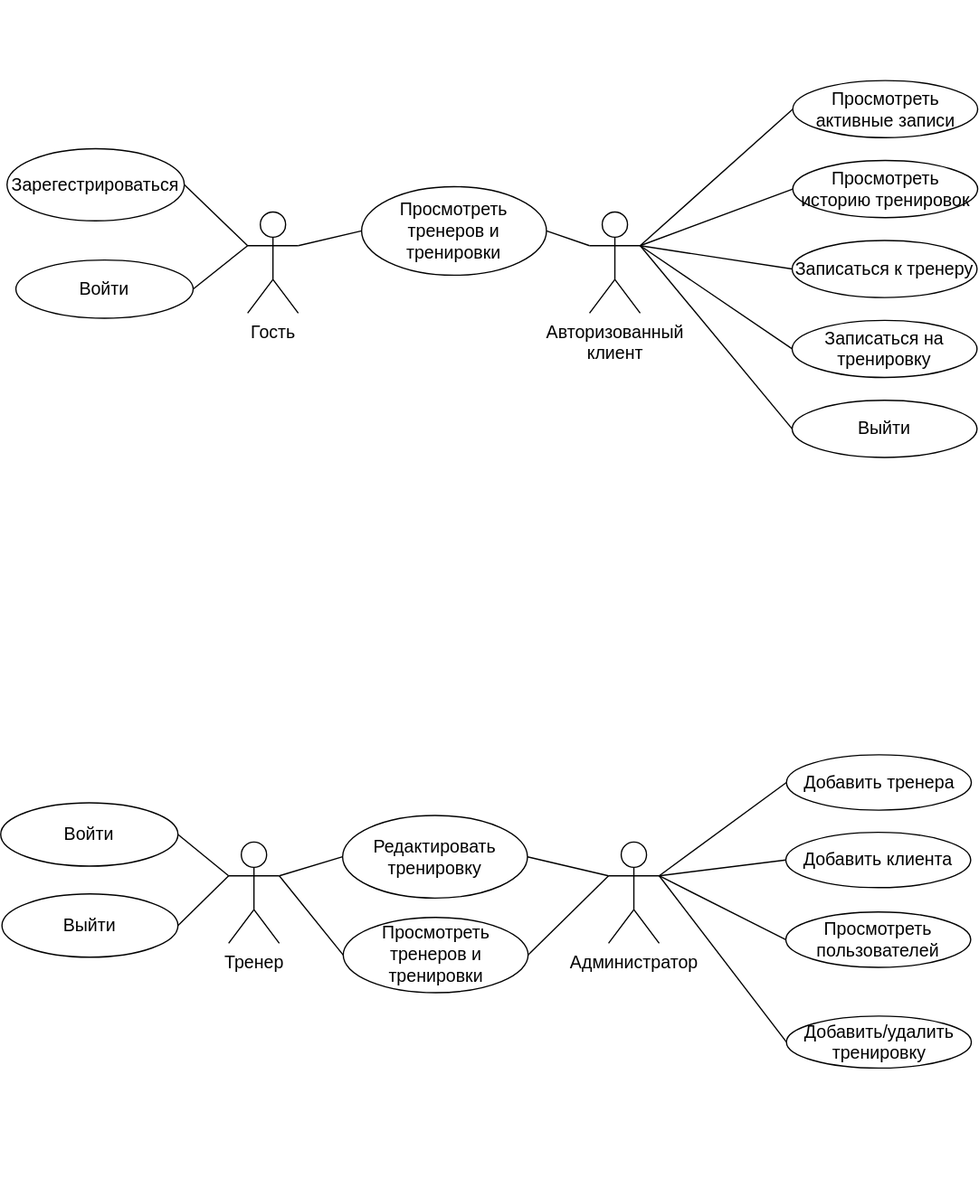
DestroyFolly/SoftwareEngineering keeps this draw.io diagram as schemes/use-case.svg. Above is the earlier version. Source tidied: cells renumbered, new cells last; positions are measured from the earlier drawing's top-left corner, leaving out a move shared by most shapes.
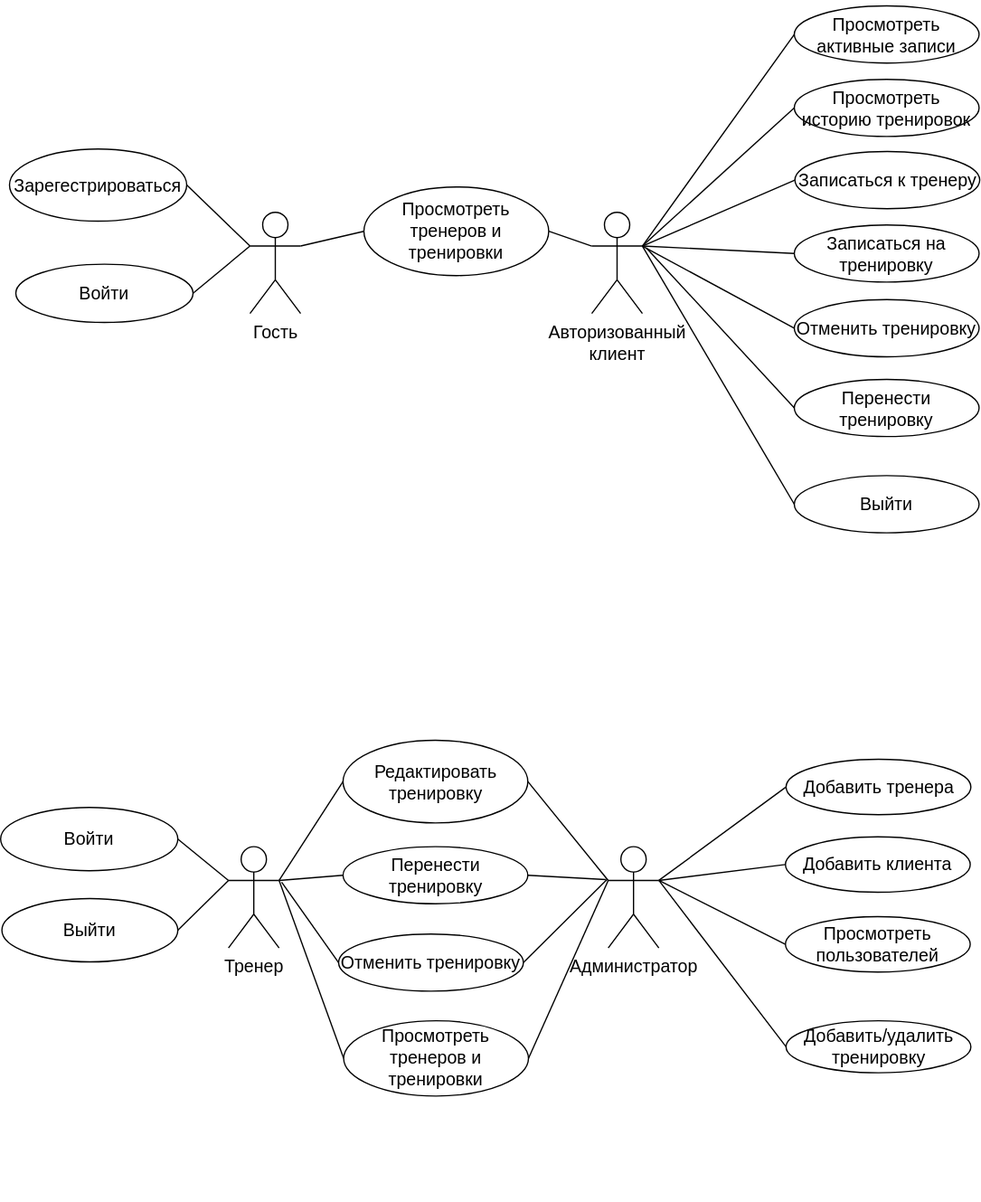
The same diagram one commit later.

Commit message:
cancellation was added

The edit, as a diff of the source:
```diff
@@ -63,16 +63,25 @@
       <mxGeometry relative="1" as="geometry" />
     </mxCell>
     <mxCell id="22" style="group;" parent="2" vertex="1">
-      <mxGeometry x="270" y="111" width="146.5" height="229" as="geometry" />
+      <mxGeometry x="270.5" y="89" width="146.5" height="229" as="geometry" />
     </mxCell>
+    <mxCell id="24" value="Просмотреть тренеров и тренировки" style="ellipse;whiteSpace=wrap;html=1;fontSize=14;" parent="22" vertex="1">
+      <mxGeometry x="0.5" y="198.5" width="146" height="59.5" as="geometry" />
+    </mxCell>
+    <mxCell id="46" value="Перенести тренировку" style="ellipse;whiteSpace=wrap;html=1;flipV=0;flipH=0;fontSize=14;" parent="22" vertex="1">
+      <mxGeometry y="61" width="146" height="45.1" as="geometry" />
+    </mxCell>
+    <mxCell id="47" value="Отменить тренировку" style="ellipse;whiteSpace=wrap;html=1;flipV=0;flipH=0;fontSize=14;" parent="22" vertex="1">
+      <mxGeometry x="-3.5" y="130" width="146" height="45.1" as="geometry" />
+    </mxCell>
-    <mxCell id="23" value="Редактировать&lt;br style=&quot;font-size: 14px;&quot;&gt;тренировку" style="ellipse;whiteSpace=wrap;html=1;fontSize=14;" parent="22" vertex="1">
-      <mxGeometry y="18" width="146" height="65.3" as="geometry" />
+    <mxCell id="23" value="Редактировать&lt;br style=&quot;font-size: 14px;&quot;&gt;тренировку" style="ellipse;whiteSpace=wrap;html=1;fontSize=14;" parent="2" vertex="1">
+      <mxGeometry x="270.5" y="66" width="146" height="65.3" as="geometry" />
     </mxCell>
-    <mxCell id="24" value="Просмотреть тренеров и тренировки" style="ellipse;whiteSpace=wrap;html=1;fontSize=14;" parent="22" vertex="1">
-      <mxGeometry x="0.5" y="98.5" width="146" height="59.5" as="geometry" />
-    </mxCell>
+    <mxCell id="48" style="endArrow=none;html=1;rounded=0;fontSize=12;startSize=8;endSize=8;curved=1;exitX=1;exitY=0.3333333333333333;exitDx=0;exitDy=0;exitPerimeter=0;entryX=0;entryY=0.5;entryDx=0;entryDy=0;" parent="2" edge="1" source="4" target="46">
+      <mxGeometry relative="1" as="geometry" />
+    </mxCell>
     <mxCell id="25" style="group;" parent="1" vertex="1">
-      <mxGeometry x="5" y="27" width="766.5" height="400" as="geometry" />
+      <mxGeometry x="7" y="24" width="766.5" height="400" as="geometry" />
     </mxCell>
     <mxCell id="26" value="Гость" style="shape=umlActor;verticalLabelPosition=bottom;verticalAlign=top;html=1;outlineConnect=0;flipV=0;flipH=0;fontSize=14;" parent="25" vertex="1">
       <mxGeometry x="190" y="140" width="40" height="80" as="geometry" />
@@ -104,21 +113,21 @@
     <mxCell id="35" style="group;" parent="25" vertex="1">
       <mxGeometry x="620" y="-27" width="146.5" height="361" as="geometry" />
     </mxCell>
-    <mxCell id="36" value="Просмотреть активные записи" style="ellipse;whiteSpace=wrap;html=1;flipV=0;flipH=0;fontSize=14;" parent="35" vertex="1">
-      <mxGeometry x="0.5" y="63.2" width="146" height="45.1" as="geometry" />
-    </mxCell>
     <mxCell id="37" value="Просмотреть &lt;br&gt;историю тренировок" style="ellipse;whiteSpace=wrap;html=1;flipV=0;flipH=0;fontSize=14;" parent="35" vertex="1">
-      <mxGeometry x="0.5" y="126.3" width="146" height="45.1" as="geometry" />
+      <mxGeometry y="62" width="146" height="45.1" as="geometry" />
     </mxCell>
     <mxCell id="38" value="Записаться к тренеру" style="ellipse;whiteSpace=wrap;html=1;flipV=0;flipH=0;fontSize=14;" parent="35" vertex="1">
-      <mxGeometry y="189.5" width="146" height="45.1" as="geometry" />
+      <mxGeometry x="0.5" y="119" width="146" height="45.1" as="geometry" />
     </mxCell>
     <mxCell id="39" value="Записаться на тренировку" style="ellipse;whiteSpace=wrap;html=1;flipV=0;flipH=0;fontSize=14;" parent="35" vertex="1">
-      <mxGeometry y="252.7" width="146" height="45.1" as="geometry" />
+      <mxGeometry y="177" width="146" height="45.1" as="geometry" />
     </mxCell>
-    <mxCell id="40" value="Выйти" style="ellipse;whiteSpace=wrap;html=1;flipV=0;flipH=0;fontSize=14;" parent="35" vertex="1">
-      <mxGeometry y="315.9" width="146" height="45.1" as="geometry" />
-    </mxCell>
+    <mxCell id="49" value="Перенести тренировку" style="ellipse;whiteSpace=wrap;html=1;flipV=0;flipH=0;fontSize=14;" parent="35" vertex="1">
+      <mxGeometry y="299" width="146" height="45.1" as="geometry" />
+    </mxCell>
+    <mxCell id="50" value="Отменить тренировку" style="ellipse;whiteSpace=wrap;html=1;flipV=0;flipH=0;fontSize=14;" parent="35" vertex="1">
+      <mxGeometry y="236" width="146" height="45.1" as="geometry" />
+    </mxCell>
     <mxCell id="41" value="Просмотреть тренеров и тренировки" style="ellipse;whiteSpace=wrap;html=1;fontSize=14;" parent="25" vertex="1">
       <mxGeometry x="280" y="120" width="146" height="70" as="geometry" />
     </mxCell>
@@ -128,11 +137,40 @@
     <mxCell id="43" style="edgeStyle=none;shape=connector;rounded=0;jettySize=auto;html=1;exitX=0;exitY=0.3333333333333333;exitDx=0;exitDy=0;exitPerimeter=0;entryX=1;entryY=0.5;entryDx=0;entryDy=0;labelBackgroundColor=default;strokeColor=default;align=center;verticalAlign=middle;fontFamily=Helvetica;fontSize=11;fontColor=default;endArrow=none;endFill=0;" parent="25" edge="1" source="27" target="41">
       <mxGeometry relative="1" as="geometry" />
     </mxCell>
+    <mxCell id="40" value="Выйти" style="ellipse;whiteSpace=wrap;html=1;flipV=0;flipH=0;fontSize=14;" parent="25" vertex="1">
+      <mxGeometry x="620" y="348" width="146" height="45.1" as="geometry" />
+    </mxCell>
+    <mxCell id="36" value="Просмотреть активные записи" style="ellipse;whiteSpace=wrap;html=1;flipV=0;flipH=0;fontSize=14;" parent="25" vertex="1">
+      <mxGeometry x="620" y="-23" width="146" height="45.1" as="geometry" />
+    </mxCell>
+    <mxCell id="51" style="endArrow=none;html=1;rounded=0;fontSize=12;startSize=8;endSize=8;curved=1;entryX=1;entryY=0.3333333333333333;entryDx=0;entryDy=0;entryPerimeter=0;exitX=0;exitY=0.5;exitDx=0;exitDy=0;" parent="25" edge="1" source="50" target="27">
+      <mxGeometry relative="1" as="geometry" />
+    </mxCell>
     <mxCell id="44" value="Войти" style="ellipse;whiteSpace=wrap;html=1;flipV=0;flipH=0;fontSize=14;" parent="1" vertex="1">
       <mxGeometry x="12" y="205" width="140" height="46" as="geometry" />
     </mxCell>
     <mxCell id="45" style="endArrow=none;html=1;rounded=0;entryX=1;entryY=0.5;entryDx=0;entryDy=0;exitX=0;exitY=0.3333333333333333;exitDx=0;exitDy=0;exitPerimeter=0;" parent="1" edge="1" source="26" target="44">
       <mxGeometry relative="1" as="geometry" />
     </mxCell>
+    <mxCell id="52" style="endArrow=none;html=1;rounded=0;fontSize=12;startSize=8;endSize=8;curved=1;entryX=0;entryY=0.5;entryDx=0;entryDy=0;" parent="1" edge="1" target="49">
+      <mxGeometry relative="1" as="geometry">
+        <mxPoint x="510" y="192" as="sourcePoint" />
+      </mxGeometry>
+    </mxCell>
+    <mxCell id="53" style="endArrow=none;html=1;rounded=0;fontSize=12;startSize=8;endSize=8;curved=1;exitX=1;exitY=0.5;exitDx=0;exitDy=0;" parent="1" edge="1" source="46">
+      <mxGeometry relative="1" as="geometry">
+        <mxPoint x="478" y="691" as="targetPoint" />
+      </mxGeometry>
+    </mxCell>
+    <mxCell id="54" style="endArrow=none;html=1;rounded=0;fontSize=12;startSize=8;endSize=8;curved=1;entryX=0;entryY=0.5;entryDx=0;entryDy=0;" parent="1" edge="1" target="47">
+      <mxGeometry relative="1" as="geometry">
+        <mxPoint x="222" y="693" as="sourcePoint" />
+      </mxGeometry>
+    </mxCell>
+    <mxCell id="55" style="endArrow=none;html=1;rounded=0;fontSize=12;startSize=8;endSize=8;curved=1;exitX=1;exitY=0.5;exitDx=0;exitDy=0;" parent="1" edge="1" source="47">
+      <mxGeometry relative="1" as="geometry">
+        <mxPoint x="479" y="691" as="targetPoint" />
+      </mxGeometry>
+    </mxCell>
   </root>
 </mxGraphModel>
```
